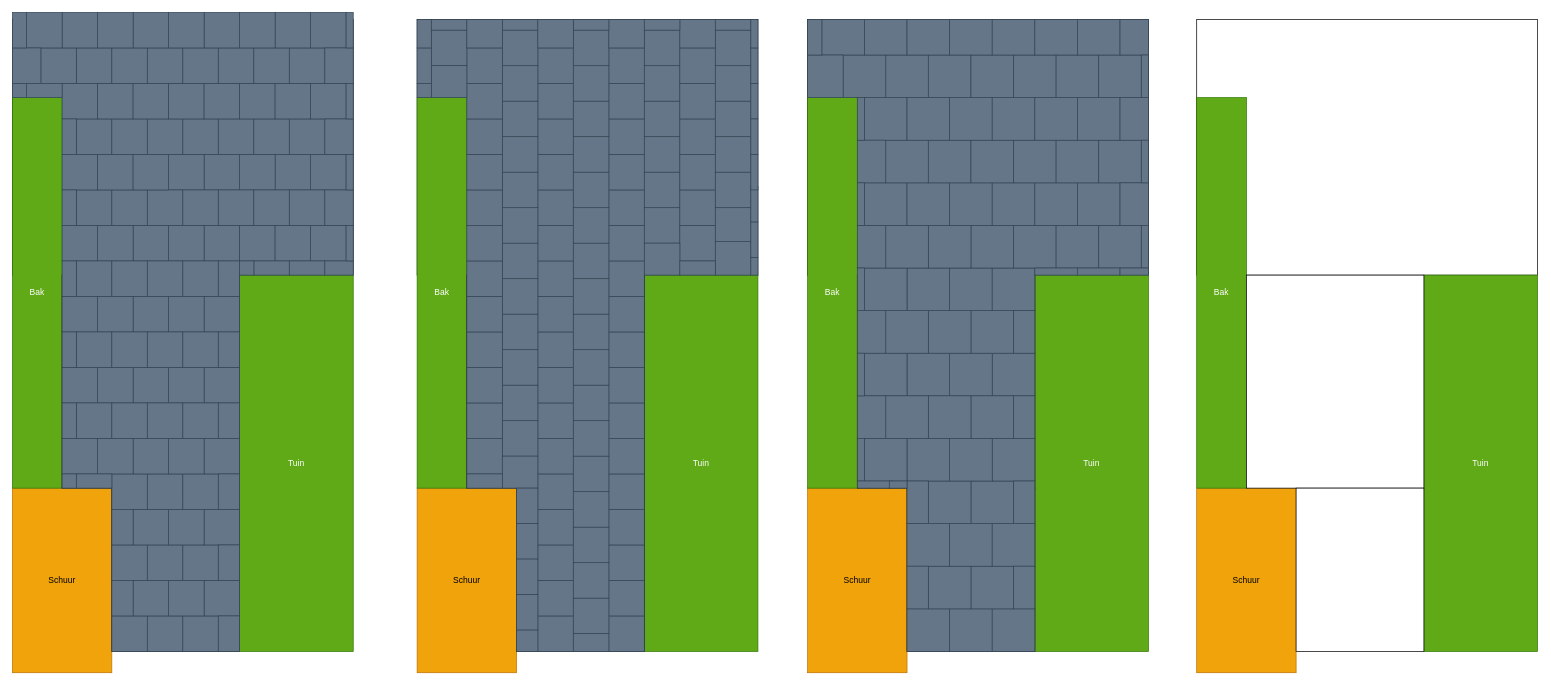
The draw.io diagram tuinlayout.drawio in FiekBuurman/Prompts-library, before the edit. Source tidied: cells renumbered, new cells numbered last; positions are measured from the earlier drawing's top-left corner, leaving out a move shared by most shapes. Both pictures are drawn from the tidied source at 71%, with x=0, y=0 at pixel (12, 12).
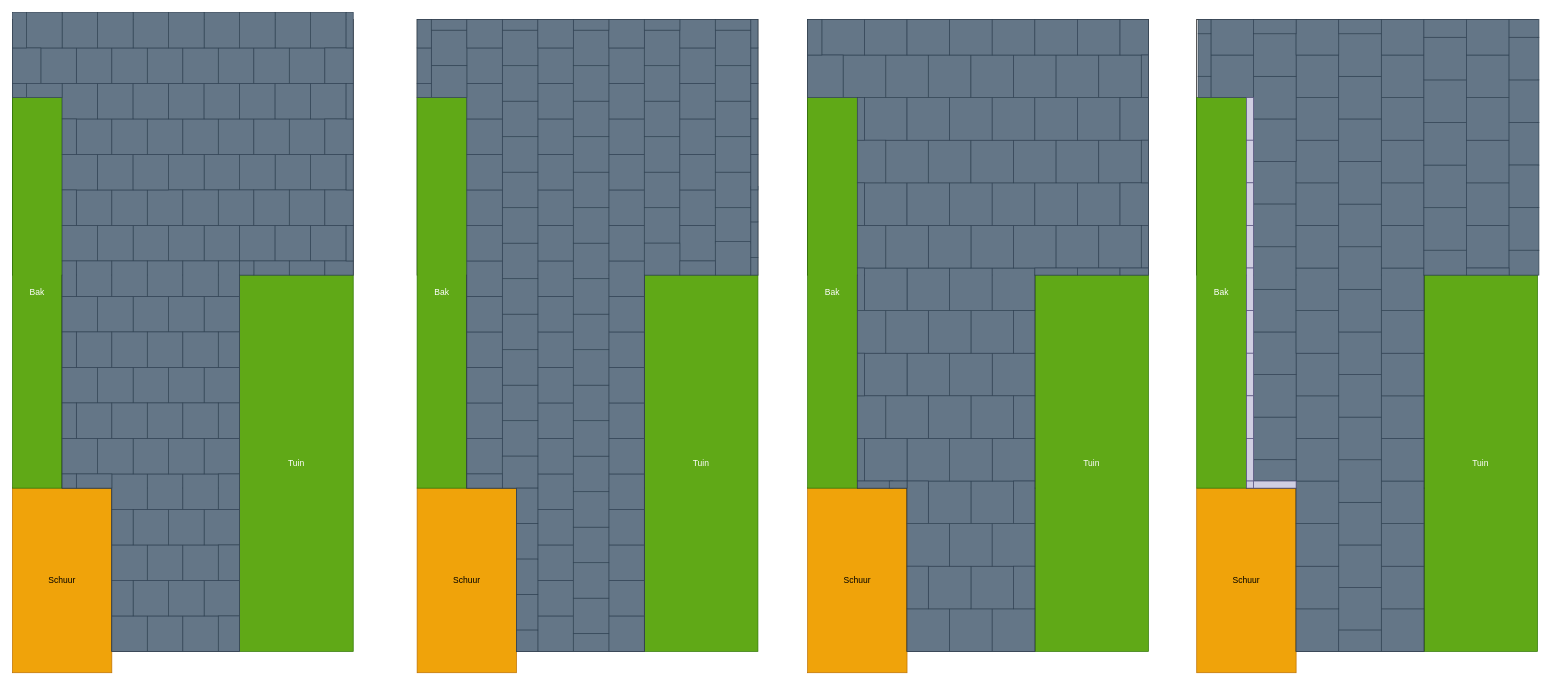
The same diagram, later.

What changed in the source:
```diff
@@
+    <mxCell id="373" style="rounded=0;whiteSpace=wrap;html=1;fillColor=#647687;strokeColor=#314354;fontColor=#ffffff;" parent="1" vertex="1">
+      <mxGeometry x="1928" y="840" width="60" height="60" as="geometry" />
+    </mxCell>
+    <mxCell id="374" style="rounded=0;whiteSpace=wrap;html=1;fillColor=#647687;strokeColor=#314354;fontColor=#ffffff;" parent="1" vertex="1">
+      <mxGeometry x="1928" y="780" width="60" height="60" as="geometry" />
+    </mxCell>
+    <mxCell id="375" style="rounded=0;whiteSpace=wrap;html=1;fillColor=#647687;strokeColor=#314354;fontColor=#ffffff;" parent="1" vertex="1">
+      <mxGeometry x="1928" y="720" width="60" height="60" as="geometry" />
+    </mxCell>
+    <mxCell id="376" style="rounded=0;whiteSpace=wrap;html=1;fillColor=#647687;strokeColor=#314354;fontColor=#ffffff;" parent="1" vertex="1">
+      <mxGeometry x="1928" y="660" width="60" height="60" as="geometry" />
+    </mxCell>
+    <mxCell id="377" style="rounded=0;whiteSpace=wrap;html=1;fillColor=#647687;strokeColor=#314354;fontColor=#ffffff;" parent="1" vertex="1">
+      <mxGeometry x="1928" y="600" width="60" height="60" as="geometry" />
+    </mxCell>
+    <mxCell id="378" style="rounded=0;whiteSpace=wrap;html=1;fillColor=#647687;strokeColor=#314354;fontColor=#ffffff;" parent="1" vertex="1">
+      <mxGeometry x="1928" y="540" width="60" height="60" as="geometry" />
+    </mxCell>
+    <mxCell id="379" style="rounded=0;whiteSpace=wrap;html=1;fillColor=#647687;strokeColor=#314354;fontColor=#ffffff;" parent="1" vertex="1">
+      <mxGeometry x="1928" y="480" width="60" height="60" as="geometry" />
+    </mxCell>
+    <mxCell id="380" style="rounded=0;whiteSpace=wrap;html=1;fillColor=#647687;strokeColor=#314354;fontColor=#ffffff;" parent="1" vertex="1">
+      <mxGeometry x="1928" y="420" width="60" height="60" as="geometry" />
+    </mxCell>
+    <mxCell id="381" style="rounded=0;whiteSpace=wrap;html=1;fillColor=#647687;strokeColor=#314354;fontColor=#ffffff;" parent="1" vertex="1">
+      <mxGeometry x="1928" y="360" width="60" height="60" as="geometry" />
+    </mxCell>
+    <mxCell id="382" style="rounded=0;whiteSpace=wrap;html=1;fillColor=#647687;strokeColor=#314354;fontColor=#ffffff;" parent="1" vertex="1">
+      <mxGeometry x="1928" y="300" width="60" height="60" as="geometry" />
+    </mxCell>
+    <mxCell id="383" style="rounded=0;whiteSpace=wrap;html=1;fillColor=#647687;strokeColor=#314354;fontColor=#ffffff;" parent="1" vertex="1">
+      <mxGeometry x="1928" y="240" width="60" height="60" as="geometry" />
+    </mxCell>
+    <mxCell id="384" style="rounded=0;whiteSpace=wrap;html=1;fillColor=#647687;strokeColor=#314354;fontColor=#ffffff;" parent="1" vertex="1">
+      <mxGeometry x="1928" y="180" width="60" height="60" as="geometry" />
+    </mxCell>
+    <mxCell id="385" style="rounded=0;whiteSpace=wrap;html=1;fillColor=#647687;strokeColor=#314354;fontColor=#ffffff;" parent="1" vertex="1">
+      <mxGeometry x="1928" y="120" width="60" height="60" as="geometry" />
+    </mxCell>
+    <mxCell id="386" style="rounded=0;whiteSpace=wrap;html=1;fillColor=#647687;strokeColor=#314354;fontColor=#ffffff;" parent="1" vertex="1">
+      <mxGeometry x="1928" y="60" width="60" height="60" as="geometry" />
+    </mxCell>
+    <mxCell id="387" style="rounded=0;whiteSpace=wrap;html=1;fillColor=#647687;strokeColor=#314354;fontColor=#ffffff;" parent="1" vertex="1">
+      <mxGeometry x="1928" y="10" width="60" height="50" as="geometry" />
+    </mxCell>
+    <mxCell id="388" style="rounded=0;whiteSpace=wrap;html=1;fillColor=#647687;strokeColor=#314354;fontColor=#ffffff;" parent="1" vertex="1">
+      <mxGeometry x="1868" y="810" width="60" height="60" as="geometry" />
+    </mxCell>
+    <mxCell id="389" style="rounded=0;whiteSpace=wrap;html=1;fillColor=#647687;strokeColor=#314354;fontColor=#ffffff;" parent="1" vertex="1">
+      <mxGeometry x="1868" y="750" width="60" height="60" as="geometry" />
+    </mxCell>
+    <mxCell id="390" style="rounded=0;whiteSpace=wrap;html=1;fillColor=#647687;strokeColor=#314354;fontColor=#ffffff;" parent="1" vertex="1">
+      <mxGeometry x="1868" y="690" width="60" height="60" as="geometry" />
+    </mxCell>
+    <mxCell id="391" style="rounded=0;whiteSpace=wrap;html=1;fillColor=#647687;strokeColor=#314354;fontColor=#ffffff;" parent="1" vertex="1">
+      <mxGeometry x="1868" y="630" width="60" height="60" as="geometry" />
+    </mxCell>
+    <mxCell id="392" style="rounded=0;whiteSpace=wrap;html=1;fillColor=#647687;strokeColor=#314354;fontColor=#ffffff;" parent="1" vertex="1">
+      <mxGeometry x="1868" y="570" width="60" height="60" as="geometry" />
+    </mxCell>
+    <mxCell id="393" style="rounded=0;whiteSpace=wrap;html=1;fillColor=#647687;strokeColor=#314354;fontColor=#ffffff;" parent="1" vertex="1">
+      <mxGeometry x="1868" y="510" width="60" height="60" as="geometry" />
+    </mxCell>
+    <mxCell id="394" style="rounded=0;whiteSpace=wrap;html=1;fillColor=#647687;strokeColor=#314354;fontColor=#ffffff;" parent="1" vertex="1">
+      <mxGeometry x="1868" y="450" width="60" height="60" as="geometry" />
+    </mxCell>
+    <mxCell id="395" style="rounded=0;whiteSpace=wrap;html=1;fillColor=#647687;strokeColor=#314354;fontColor=#ffffff;" parent="1" vertex="1">
+      <mxGeometry x="1808" y="840" width="60" height="60" as="geometry" />
+    </mxCell>
+    <mxCell id="396" style="rounded=0;whiteSpace=wrap;html=1;fillColor=#647687;strokeColor=#314354;fontColor=#ffffff;" parent="1" vertex="1">
+      <mxGeometry x="1808" y="780" width="60" height="60" as="geometry" />
+    </mxCell>
+    <mxCell id="397" style="rounded=0;whiteSpace=wrap;html=1;fillColor=#647687;strokeColor=#314354;fontColor=#ffffff;" parent="1" vertex="1">
+      <mxGeometry x="1808" y="720" width="60" height="60" as="geometry" />
+    </mxCell>
+    <mxCell id="398" style="rounded=0;whiteSpace=wrap;html=1;fillColor=#647687;strokeColor=#314354;fontColor=#ffffff;" parent="1" vertex="1">
+      <mxGeometry x="1808" y="660" width="60" height="60" as="geometry" />
+    </mxCell>
+    <mxCell id="399" style="rounded=0;whiteSpace=wrap;html=1;fillColor=#647687;strokeColor=#314354;fontColor=#ffffff;" parent="1" vertex="1">
+      <mxGeometry x="1808" y="600" width="60" height="60" as="geometry" />
+    </mxCell>
+    <mxCell id="400" style="rounded=0;whiteSpace=wrap;html=1;fillColor=#647687;strokeColor=#314354;fontColor=#ffffff;" parent="1" vertex="1">
+      <mxGeometry x="1808" y="540" width="60" height="60" as="geometry" />
+    </mxCell>
+    <mxCell id="401" style="rounded=0;whiteSpace=wrap;html=1;fillColor=#647687;strokeColor=#314354;fontColor=#ffffff;" parent="1" vertex="1">
+      <mxGeometry x="1808" y="480" width="60" height="60" as="geometry" />
+    </mxCell>
+    <mxCell id="402" style="rounded=0;whiteSpace=wrap;html=1;fillColor=#647687;strokeColor=#314354;fontColor=#ffffff;" parent="1" vertex="1">
+      <mxGeometry x="1748" y="210" width="60" height="60" as="geometry" />
+    </mxCell>
+    <mxCell id="403" style="rounded=0;whiteSpace=wrap;html=1;fillColor=#647687;strokeColor=#314354;fontColor=#ffffff;" parent="1" vertex="1">
+      <mxGeometry x="1748" y="570" width="60" height="60" as="geometry" />
+    </mxCell>
+    <mxCell id="404" style="rounded=0;whiteSpace=wrap;html=1;fillColor=#647687;strokeColor=#314354;fontColor=#ffffff;" parent="1" vertex="1">
+      <mxGeometry x="1748" y="510" width="60" height="60" as="geometry" />
+    </mxCell>
+    <mxCell id="405" style="rounded=0;whiteSpace=wrap;html=1;fillColor=#647687;strokeColor=#314354;fontColor=#ffffff;" parent="1" vertex="1">
+      <mxGeometry x="1748" y="450" width="60" height="60" as="geometry" />
+    </mxCell>
+    <mxCell id="406" style="rounded=0;whiteSpace=wrap;html=1;fillColor=#647687;strokeColor=#314354;fontColor=#ffffff;" parent="1" vertex="1">
+      <mxGeometry x="1748" y="390" width="60" height="60" as="geometry" />
+    </mxCell>
+    <mxCell id="407" style="rounded=0;whiteSpace=wrap;html=1;fillColor=#647687;strokeColor=#314354;fontColor=#ffffff;" parent="1" vertex="1">
+      <mxGeometry x="1748" y="330" width="60" height="60" as="geometry" />
+    </mxCell>
+    <mxCell id="408" style="rounded=0;whiteSpace=wrap;html=1;fillColor=#647687;strokeColor=#314354;fontColor=#ffffff;" parent="1" vertex="1">
+      <mxGeometry x="1748" y="270" width="60" height="60" as="geometry" />
+    </mxCell>
+    <mxCell id="409" style="rounded=0;whiteSpace=wrap;html=1;fillColor=#647687;strokeColor=#314354;fontColor=#ffffff;" parent="1" vertex="1">
+      <mxGeometry x="1808" y="420" width="60" height="60" as="geometry" />
+    </mxCell>
+    <mxCell id="410" style="rounded=0;whiteSpace=wrap;html=1;fillColor=#647687;strokeColor=#314354;fontColor=#ffffff;" parent="1" vertex="1">
+      <mxGeometry x="1808" y="360" width="60" height="60" as="geometry" />
+    </mxCell>
+    <mxCell id="411" style="rounded=0;whiteSpace=wrap;html=1;fillColor=#647687;strokeColor=#314354;fontColor=#ffffff;" parent="1" vertex="1">
+      <mxGeometry x="1808" y="300" width="60" height="60" as="geometry" />
+    </mxCell>
+    <mxCell id="412" style="rounded=0;whiteSpace=wrap;html=1;fillColor=#647687;strokeColor=#314354;fontColor=#ffffff;" parent="1" vertex="1">
+      <mxGeometry x="1808" y="240" width="60" height="60" as="geometry" />
+    </mxCell>
+    <mxCell id="413" style="rounded=0;whiteSpace=wrap;html=1;fillColor=#647687;strokeColor=#314354;fontColor=#ffffff;" parent="1" vertex="1">
+      <mxGeometry x="1808" y="180" width="60" height="60" as="geometry" />
+    </mxCell>
+    <mxCell id="414" style="rounded=0;whiteSpace=wrap;html=1;fillColor=#647687;strokeColor=#314354;fontColor=#ffffff;" parent="1" vertex="1">
+      <mxGeometry x="1808" y="120" width="60" height="60" as="geometry" />
+    </mxCell>
+    <mxCell id="415" style="rounded=0;whiteSpace=wrap;html=1;fillColor=#647687;strokeColor=#314354;fontColor=#ffffff;" parent="1" vertex="1">
+      <mxGeometry x="1808" y="60" width="60" height="60" as="geometry" />
+    </mxCell>
+    <mxCell id="416" style="rounded=0;whiteSpace=wrap;html=1;fillColor=#647687;strokeColor=#314354;fontColor=#ffffff;" parent="1" vertex="1">
+      <mxGeometry x="1868" y="390" width="60" height="60" as="geometry" />
+    </mxCell>
+    <mxCell id="417" style="rounded=0;whiteSpace=wrap;html=1;fillColor=#647687;strokeColor=#314354;fontColor=#ffffff;" parent="1" vertex="1">
+      <mxGeometry x="1868" y="330" width="60" height="60" as="geometry" />
+    </mxCell>
+    <mxCell id="418" style="rounded=0;whiteSpace=wrap;html=1;fillColor=#647687;strokeColor=#314354;fontColor=#ffffff;" parent="1" vertex="1">
+      <mxGeometry x="1868" y="270" width="60" height="60" as="geometry" />
+    </mxCell>
+    <mxCell id="419" style="rounded=0;whiteSpace=wrap;html=1;fillColor=#647687;strokeColor=#314354;fontColor=#ffffff;" parent="1" vertex="1">
+      <mxGeometry x="1868" y="210" width="60" height="60" as="geometry" />
+    </mxCell>
+    <mxCell id="420" style="rounded=0;whiteSpace=wrap;html=1;fillColor=#647687;strokeColor=#314354;fontColor=#ffffff;" parent="1" vertex="1">
+      <mxGeometry x="1868" y="150" width="60" height="60" as="geometry" />
+    </mxCell>
+    <mxCell id="421" style="rounded=0;whiteSpace=wrap;html=1;fillColor=#647687;strokeColor=#314354;fontColor=#ffffff;" parent="1" vertex="1">
+      <mxGeometry x="1868" y="90" width="60" height="60" as="geometry" />
+    </mxCell>
+    <mxCell id="422" style="rounded=0;whiteSpace=wrap;html=1;fillColor=#647687;strokeColor=#314354;fontColor=#ffffff;" parent="1" vertex="1">
+      <mxGeometry x="1868" y="30" width="60" height="60" as="geometry" />
+    </mxCell>
+    <mxCell id="423" style="rounded=0;whiteSpace=wrap;html=1;fillColor=#647687;strokeColor=#314354;fontColor=#ffffff;" parent="1" vertex="1">
+      <mxGeometry x="1988" y="275" width="60" height="60" as="geometry" />
+    </mxCell>
+    <mxCell id="424" style="rounded=0;whiteSpace=wrap;html=1;fillColor=#647687;strokeColor=#314354;fontColor=#ffffff;" parent="1" vertex="1">
+      <mxGeometry x="1988" y="215" width="60" height="60" as="geometry" />
+    </mxCell>
+    <mxCell id="425" style="rounded=0;whiteSpace=wrap;html=1;fillColor=#647687;strokeColor=#314354;fontColor=#ffffff;" parent="1" vertex="1">
+      <mxGeometry x="1988" y="155" width="60" height="60" as="geometry" />
+    </mxCell>
+    <mxCell id="426" style="rounded=0;whiteSpace=wrap;html=1;fillColor=#647687;strokeColor=#314354;fontColor=#ffffff;" parent="1" vertex="1">
+      <mxGeometry x="1988" y="95" width="60" height="60" as="geometry" />
+    </mxCell>
+    <mxCell id="427" style="rounded=0;whiteSpace=wrap;html=1;fillColor=#647687;strokeColor=#314354;fontColor=#ffffff;" parent="1" vertex="1">
+      <mxGeometry x="1988" y="35" width="60" height="60" as="geometry" />
+    </mxCell>
+    <mxCell id="428" style="rounded=0;whiteSpace=wrap;html=1;fillColor=#647687;strokeColor=#314354;fontColor=#ffffff;" parent="1" vertex="1">
+      <mxGeometry x="1988" y="10" width="60" height="25" as="geometry" />
+    </mxCell>
+    <mxCell id="429" style="rounded=0;whiteSpace=wrap;html=1;fillColor=#647687;strokeColor=#314354;fontColor=#ffffff;" parent="1" vertex="1">
+      <mxGeometry x="2048" y="300" width="60" height="60" as="geometry" />
+    </mxCell>
+    <mxCell id="430" style="rounded=0;whiteSpace=wrap;html=1;fillColor=#647687;strokeColor=#314354;fontColor=#ffffff;" parent="1" vertex="1">
+      <mxGeometry x="2048" y="240" width="60" height="60" as="geometry" />
+    </mxCell>
+    <mxCell id="431" style="rounded=0;whiteSpace=wrap;html=1;fillColor=#647687;strokeColor=#314354;fontColor=#ffffff;" parent="1" vertex="1">
+      <mxGeometry x="2048" y="180" width="60" height="60" as="geometry" />
+    </mxCell>
+    <mxCell id="432" style="rounded=0;whiteSpace=wrap;html=1;fillColor=#647687;strokeColor=#314354;fontColor=#ffffff;" parent="1" vertex="1">
+      <mxGeometry x="2048" y="120" width="60" height="60" as="geometry" />
+    </mxCell>
+    <mxCell id="433" style="rounded=0;whiteSpace=wrap;html=1;fillColor=#647687;strokeColor=#314354;fontColor=#ffffff;" parent="1" vertex="1">
+      <mxGeometry x="2048" y="60" width="60" height="60" as="geometry" />
+    </mxCell>
+    <mxCell id="434" style="rounded=0;whiteSpace=wrap;html=1;fillColor=#647687;strokeColor=#314354;fontColor=#ffffff;" parent="1" vertex="1">
+      <mxGeometry x="2048" y="10" width="60" height="50" as="geometry" />
+    </mxCell>
+    <mxCell id="435" style="rounded=0;whiteSpace=wrap;html=1;fillColor=#647687;strokeColor=#314354;fontColor=#ffffff;" parent="1" vertex="1">
+      <mxGeometry x="1868" y="870" width="60" height="30" as="geometry" />
+    </mxCell>
+    <mxCell id="436" style="rounded=0;whiteSpace=wrap;html=1;fillColor=#647687;strokeColor=#314354;fontColor=#ffffff;" parent="1" vertex="1">
+      <mxGeometry x="1748" y="630" width="60" height="30" as="geometry" />
+    </mxCell>
+    <mxCell id="437" style="rounded=0;whiteSpace=wrap;html=1;fillColor=#647687;strokeColor=#314354;fontColor=#ffffff;" parent="1" vertex="1">
+      <mxGeometry x="1748" y="150" width="60" height="60" as="geometry" />
+    </mxCell>
+    <mxCell id="438" style="rounded=0;whiteSpace=wrap;html=1;fillColor=#647687;strokeColor=#314354;fontColor=#ffffff;" parent="1" vertex="1">
+      <mxGeometry x="1748" y="90" width="60" height="60" as="geometry" />
+    </mxCell>
+    <mxCell id="439" style="rounded=0;whiteSpace=wrap;html=1;fillColor=#647687;strokeColor=#314354;fontColor=#ffffff;" parent="1" vertex="1">
+      <mxGeometry x="1748" y="30" width="60" height="60" as="geometry" />
+    </mxCell>
+    <mxCell id="440" style="rounded=0;whiteSpace=wrap;html=1;fillColor=#647687;strokeColor=#314354;fontColor=#ffffff;" parent="1" vertex="1">
+      <mxGeometry x="1688" y="60" width="60" height="60" as="geometry" />
+    </mxCell>
+    <mxCell id="441" style="rounded=0;whiteSpace=wrap;html=1;fillColor=#647687;strokeColor=#314354;fontColor=#ffffff;" parent="1" vertex="1">
+      <mxGeometry x="1688" y="10" width="60" height="50" as="geometry" />
+    </mxCell>
+    <mxCell id="442" style="rounded=0;whiteSpace=wrap;html=1;fillColor=#647687;strokeColor=#314354;fontColor=#ffffff;" parent="1" vertex="1">
+      <mxGeometry x="1808" y="10" width="60" height="50" as="geometry" />
+    </mxCell>
+    <mxCell id="443" style="rounded=0;whiteSpace=wrap;html=1;fillColor=#647687;strokeColor=#314354;fontColor=#ffffff;" parent="1" vertex="1">
+      <mxGeometry x="1748" y="10" width="60" height="20" as="geometry" />
+    </mxCell>
+    <mxCell id="444" style="rounded=0;whiteSpace=wrap;html=1;fillColor=#647687;strokeColor=#314354;fontColor=#ffffff;" parent="1" vertex="1">
+      <mxGeometry x="1868" y="10" width="60" height="20" as="geometry" />
+    </mxCell>
+    <mxCell id="445" style="rounded=0;whiteSpace=wrap;html=1;fillColor=#647687;strokeColor=#314354;fontColor=#ffffff;" parent="1" vertex="1">
+      <mxGeometry x="1670" y="30" width="18" height="60" as="geometry" />
+    </mxCell>
+    <mxCell id="446" style="rounded=0;whiteSpace=wrap;html=1;fillColor=#647687;strokeColor=#314354;fontColor=#ffffff;" parent="1" vertex="1">
+      <mxGeometry x="1670" y="10" width="18" height="20" as="geometry" />
+    </mxCell>
+    <mxCell id="447" style="rounded=0;whiteSpace=wrap;html=1;fillColor=#647687;strokeColor=#314354;fontColor=#ffffff;" parent="1" vertex="1">
+      <mxGeometry x="1670" y="90" width="18" height="30" as="geometry" />
+    </mxCell>
+    <mxCell id="448" style="rounded=0;whiteSpace=wrap;html=1;fillColor=#647687;strokeColor=#314354;fontColor=#ffffff;" parent="1" vertex="1">
+      <mxGeometry x="1988" y="335" width="60" height="35" as="geometry" />
+    </mxCell>
+    <mxCell id="449" style="rounded=0;whiteSpace=wrap;html=1;fillColor=#647687;strokeColor=#314354;fontColor=#ffffff;" parent="1" vertex="1">
+      <mxGeometry x="2108" y="155" width="42" height="60" as="geometry" />
+    </mxCell>
+    <mxCell id="450" style="rounded=0;whiteSpace=wrap;html=1;fillColor=#647687;strokeColor=#314354;fontColor=#ffffff;" parent="1" vertex="1">
+      <mxGeometry x="2108" y="95" width="42" height="60" as="geometry" />
+    </mxCell>
+    <mxCell id="451" style="rounded=0;whiteSpace=wrap;html=1;fillColor=#647687;strokeColor=#314354;fontColor=#ffffff;" parent="1" vertex="1">
+      <mxGeometry x="2108" y="35" width="42" height="60" as="geometry" />
+    </mxCell>
+    <mxCell id="452" style="rounded=0;whiteSpace=wrap;html=1;fillColor=#647687;strokeColor=#314354;fontColor=#ffffff;" parent="1" vertex="1">
+      <mxGeometry x="2108" y="215" width="42" height="60" as="geometry" />
+    </mxCell>
+    <mxCell id="453" style="rounded=0;whiteSpace=wrap;html=1;fillColor=#647687;strokeColor=#314354;fontColor=#ffffff;" parent="1" vertex="1">
+      <mxGeometry x="2108" y="275" width="42" height="60" as="geometry" />
+    </mxCell>
+    <mxCell id="454" style="rounded=0;whiteSpace=wrap;html=1;fillColor=#647687;strokeColor=#314354;fontColor=#ffffff;" parent="1" vertex="1">
+      <mxGeometry x="2108" y="335" width="42" height="35" as="geometry" />
+    </mxCell>
+    <mxCell id="455" style="rounded=0;whiteSpace=wrap;html=1;fillColor=#647687;strokeColor=#314354;fontColor=#ffffff;" parent="1" vertex="1">
+      <mxGeometry x="2048" y="360" width="60" height="10" as="geometry" />
+    </mxCell>
+    <mxCell id="456" style="rounded=0;whiteSpace=wrap;html=1;fillColor=#647687;strokeColor=#314354;fontColor=#ffffff;" parent="1" vertex="1">
+      <mxGeometry x="2108" y="10" width="42" height="25" as="geometry" />
+    </mxCell>
+    <mxCell id="457" style="rounded=0;whiteSpace=wrap;html=1;fillColor=#d0cee2;strokeColor=#56517e;" parent="1" vertex="1">
+      <mxGeometry x="1748" y="660" width="60" height="10" as="geometry" />
+    </mxCell>
+    <mxCell id="458" style="rounded=0;whiteSpace=wrap;html=1;fillColor=#d0cee2;strokeColor=#56517e;" parent="1" vertex="1">
+      <mxGeometry x="1738" y="120" width="10" height="60" as="geometry" />
+    </mxCell>
+    <mxCell id="459" style="rounded=0;whiteSpace=wrap;html=1;fillColor=#d0cee2;strokeColor=#56517e;" parent="1" vertex="1">
+      <mxGeometry x="1738" y="180" width="10" height="60" as="geometry" />
+    </mxCell>
+    <mxCell id="460" style="rounded=0;whiteSpace=wrap;html=1;fillColor=#d0cee2;strokeColor=#56517e;" parent="1" vertex="1">
+      <mxGeometry x="1738" y="240" width="10" height="60" as="geometry" />
+    </mxCell>
+    <mxCell id="461" style="rounded=0;whiteSpace=wrap;html=1;fillColor=#d0cee2;strokeColor=#56517e;" parent="1" vertex="1">
+      <mxGeometry x="1738" y="300" width="10" height="60" as="geometry" />
+    </mxCell>
+    <mxCell id="462" style="rounded=0;whiteSpace=wrap;html=1;fillColor=#d0cee2;strokeColor=#56517e;" parent="1" vertex="1">
+      <mxGeometry x="1738" y="360" width="10" height="60" as="geometry" />
+    </mxCell>
+    <mxCell id="463" style="rounded=0;whiteSpace=wrap;html=1;fillColor=#d0cee2;strokeColor=#56517e;" parent="1" vertex="1">
+      <mxGeometry x="1738" y="420" width="10" height="60" as="geometry" />
+    </mxCell>
+    <mxCell id="464" style="rounded=0;whiteSpace=wrap;html=1;fillColor=#d0cee2;strokeColor=#56517e;" parent="1" vertex="1">
+      <mxGeometry x="1738" y="480" width="10" height="60" as="geometry" />
+    </mxCell>
+    <mxCell id="465" style="rounded=0;whiteSpace=wrap;html=1;fillColor=#d0cee2;strokeColor=#56517e;" parent="1" vertex="1">
+      <mxGeometry x="1738" y="540" width="10" height="60" as="geometry" />
+    </mxCell>
+    <mxCell id="466" style="rounded=0;whiteSpace=wrap;html=1;fillColor=#d0cee2;strokeColor=#56517e;" parent="1" vertex="1">
+      <mxGeometry x="1738" y="600" width="10" height="60" as="geometry" />
+    </mxCell>
+    <mxCell id="467" style="rounded=0;whiteSpace=wrap;html=1;fillColor=#d0cee2;strokeColor=#56517e;" parent="1" vertex="1">
+      <mxGeometry x="1738" y="660" width="10" height="10" as="geometry" />
+    </mxCell>
```
